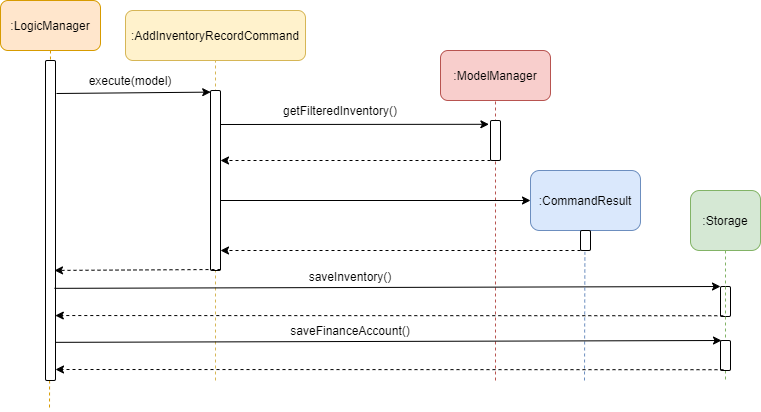
Above: docs/images/DeleteInventoryRecordCommandExecuteSequenceDiagram.png in nus-cs2103-AY2021S1/tp (draw.io), before the change. Source tidied: cells renumbered, new cells last; positions are measured from the earlier drawing's top-left corner, leaving out a move shared by most shapes.
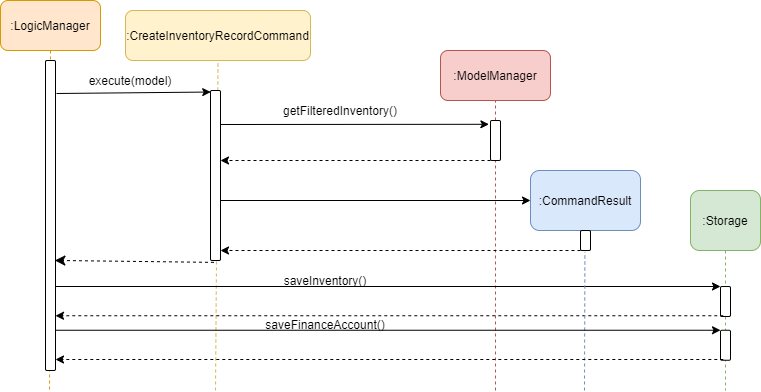
After the change.

The edit, as a diff of the source:
```diff
@@ -1,39 +1,39 @@
-<mxGraphModel background="#ffffff">
+<mxGraphModel>
   <root>
     <mxCell id="0" />
     <mxCell id="1" parent="0" />
-    <mxCell id="2" style="endArrow=none;dashed=1;html=1;entryX=0.5;entryY=1;entryDx=0;entryDy=0;fillColor=#f8cecc;strokeColor=#b85450;" parent="1" edge="1" target="11">
-      <mxGeometry relative="1" as="geometry">
-        <mxPoint x="495" y="380" as="sourcePoint" />
-      </mxGeometry>
-    </mxCell>
-    <mxCell id="3" style="endArrow=none;dashed=1;html=1;entryX=0.5;entryY=1;entryDx=0;entryDy=0;fillColor=#fff2cc;strokeColor=#d6b656;" parent="1" edge="1" target="5">
-      <mxGeometry relative="1" as="geometry">
-        <mxPoint x="215" y="380" as="sourcePoint" />
-      </mxGeometry>
-    </mxCell>
-    <mxCell id="4" style="endArrow=none;dashed=1;html=1;fillColor=#ffe6cc;strokeColor=#d79b00;exitX=0.5;exitY=1;exitDx=0;exitDy=0;" parent="1" edge="1" source="7">
-      <mxGeometry relative="1" as="geometry">
-        <mxPoint x="49" y="410" as="targetPoint" />
-      </mxGeometry>
-    </mxCell>
-    <mxCell id="5" value=":AddInventoryRecordCommand" style="rounded=1;whiteSpace=wrap;html=1;fillColor=#fff2cc;strokeColor=#d6b656;" parent="1" vertex="1">
-      <mxGeometry x="125" y="10" width="180" height="50" as="geometry" />
-    </mxCell>
-    <mxCell id="6" style="html=1;points=[];perimeter=orthogonalPerimeter;rounded=1;" parent="1" vertex="1">
-      <mxGeometry x="210" y="90" width="10" height="180" as="geometry" />
-    </mxCell>
+    <mxCell id="33" style="endArrow=none;dashed=1;html=1;entryX=0.5;entryY=1;entryDx=0;entryDy=0;fillColor=#fff2cc;strokeColor=#d6b656;" parent="1" edge="1" target="37">
+      <mxGeometry relative="1" as="geometry">
+        <mxPoint x="215" y="390" as="sourcePoint" />
+      </mxGeometry>
+    </mxCell>
+    <mxCell id="34" style="html=1;points=[];perimeter=orthogonalPerimeter;rounded=1;" parent="1" vertex="1">
+      <mxGeometry x="210" y="90" width="10" height="170" as="geometry" />
+    </mxCell>
+    <mxCell id="35" style="endArrow=none;dashed=1;html=1;entryX=0.5;entryY=1;entryDx=0;entryDy=0;fillColor=#f8cecc;strokeColor=#b85450;" parent="1" edge="1" target="11">
+      <mxGeometry relative="1" as="geometry">
+        <mxPoint x="495" y="390" as="sourcePoint" />
+      </mxGeometry>
+    </mxCell>
+    <mxCell id="36" style="endArrow=none;dashed=1;html=1;fillColor=#ffe6cc;strokeColor=#d79b00;exitX=0.5;exitY=1;exitDx=0;exitDy=0;" parent="1" edge="1" source="7">
+      <mxGeometry relative="1" as="geometry">
+        <mxPoint x="49" y="390" as="targetPoint" />
+      </mxGeometry>
+    </mxCell>
+    <mxCell id="37" value=":CreateInventoryRecordCommand" style="rounded=1;whiteSpace=wrap;html=1;fillColor=#fff2cc;strokeColor=#d6b656;" parent="1" vertex="1">
+      <mxGeometry x="125" y="10" width="185" height="50" as="geometry" />
+    </mxCell>
     <mxCell id="7" value=":LogicManager" style="rounded=1;whiteSpace=wrap;html=1;fillColor=#ffe6cc;strokeColor=#d79b00;" parent="1" vertex="1">
       <mxGeometry width="100" height="50" as="geometry" />
     </mxCell>
-    <mxCell id="8" style="html=1;points=[];perimeter=orthogonalPerimeter;rounded=1;" parent="1" vertex="1">
-      <mxGeometry x="45" y="60" width="10" height="320" as="geometry" />
-    </mxCell>
-    <mxCell id="9" style="endArrow=classic;html=1;entryX=0.02;entryY=0.009;entryDx=0;entryDy=0;entryPerimeter=0;" parent="1" edge="1" target="6">
-      <mxGeometry relative="1" as="geometry">
-        <mxPoint x="56" y="93" as="sourcePoint" />
-      </mxGeometry>
-    </mxCell>
+    <mxCell id="38" style="html=1;points=[];perimeter=orthogonalPerimeter;rounded=1;" parent="1" vertex="1">
+      <mxGeometry x="45" y="60" width="10" height="310" as="geometry" />
+    </mxCell>
+    <mxCell id="39" style="endArrow=classic;html=1;entryX=0.02;entryY=0.009;entryDx=0;entryDy=0;entryPerimeter=0;" parent="1" edge="1" target="34">
+      <mxGeometry relative="1" as="geometry">
+        <mxPoint x="56" y="93" as="sourcePoint" />
+      </mxGeometry>
+    </mxCell>
     <mxCell id="10" value="execute(model)" style="text;html=1;strokeColor=none;fillColor=none;align=center;verticalAlign=middle;whiteSpace=wrap;rounded=0;" parent="1" vertex="1">
       <mxGeometry x="110" y="70" width="40" height="20" as="geometry" />
     </mxCell>
@@ -43,91 +43,84 @@
     <mxCell id="12" style="html=1;points=[];perimeter=orthogonalPerimeter;rounded=1;" parent="1" vertex="1">
       <mxGeometry x="490" y="120" width="10" height="40" as="geometry" />
     </mxCell>
-    <mxCell id="13" style="endArrow=classic;html=1;entryX=-0.16;entryY=0.095;entryDx=0;entryDy=0;entryPerimeter=0;" parent="1" edge="1" target="12">
-      <mxGeometry relative="1" as="geometry">
-        <mxPoint x="220" y="124" as="sourcePoint" />
-      </mxGeometry>
-    </mxCell>
+    <mxCell id="40" style="endArrow=classic;html=1;entryX=-0.16;entryY=0.095;entryDx=0;entryDy=0;entryPerimeter=0;" parent="1" edge="1" target="12">
+      <mxGeometry relative="1" as="geometry">
+        <mxPoint x="220" y="124" as="sourcePoint" />
+      </mxGeometry>
+    </mxCell>
     <mxCell id="14" value="getFilteredInventory()" style="text;html=1;strokeColor=none;fillColor=none;align=center;verticalAlign=middle;whiteSpace=wrap;rounded=0;" parent="1" vertex="1">
       <mxGeometry x="320" y="100" width="40" height="20" as="geometry" />
     </mxCell>
-    <mxCell id="15" style="endArrow=classic;html=1;dashed=1;" parent="1" edge="1">
-      <mxGeometry relative="1" as="geometry">
-        <mxPoint x="490" y="160" as="sourcePoint" />
-        <mxPoint x="220" y="160" as="targetPoint" />
-      </mxGeometry>
-    </mxCell>
-    <mxCell id="16" style="endArrow=classic;html=1;" parent="1" edge="1">
-      <mxGeometry relative="1" as="geometry">
-        <mxPoint x="220" y="200" as="sourcePoint" />
-        <mxPoint x="530" y="200" as="targetPoint" />
-      </mxGeometry>
-    </mxCell>
+    <mxCell id="41" style="endArrow=classic;html=1;dashed=1;" parent="1" edge="1">
+      <mxGeometry relative="1" as="geometry">
+        <mxPoint x="490" y="160" as="sourcePoint" />
+        <mxPoint x="220" y="160" as="targetPoint" />
+      </mxGeometry>
+    </mxCell>
+    <mxCell id="42" style="endArrow=classic;html=1;" parent="1" edge="1">
+      <mxGeometry relative="1" as="geometry">
+        <mxPoint x="220" y="200" as="sourcePoint" />
+        <mxPoint x="530" y="200" as="targetPoint" />
+      </mxGeometry>
+    </mxCell>
     <mxCell id="17" value=":CommandResult" style="rounded=1;whiteSpace=wrap;html=1;fillColor=#dae8fc;strokeColor=#6c8ebf;" parent="1" vertex="1">
       <mxGeometry x="530" y="170" width="110" height="60" as="geometry" />
     </mxCell>
     <mxCell id="18" style="html=1;points=[];perimeter=orthogonalPerimeter;rounded=1;" parent="1" vertex="1">
       <mxGeometry x="580" y="230" width="10" height="20" as="geometry" />
     </mxCell>
-    <mxCell id="19" style="endArrow=classic;html=1;dashed=1;" parent="1" edge="1">
-      <mxGeometry relative="1" as="geometry">
-        <mxPoint x="580" y="250" as="sourcePoint" />
-        <mxPoint x="220" y="250" as="targetPoint" />
-      </mxGeometry>
-    </mxCell>
-    <mxCell id="20" style="endArrow=classic;html=1;exitX=0.9;exitY=0.712;exitDx=0;exitDy=0;exitPerimeter=0;" parent="1" edge="1" source="8">
-      <mxGeometry relative="1" as="geometry">
-        <mxPoint x="720" y="286" as="targetPoint" />
-      </mxGeometry>
-    </mxCell>
+    <mxCell id="43" style="endArrow=classic;html=1;dashed=1;" parent="1" edge="1">
+      <mxGeometry relative="1" as="geometry">
+        <mxPoint x="580" y="250" as="sourcePoint" />
+        <mxPoint x="220" y="250" as="targetPoint" />
+      </mxGeometry>
+    </mxCell>
+    <mxCell id="44" style="endArrow=classic;html=1;" parent="1" edge="1" source="38">
+      <mxGeometry relative="1" as="geometry">
+        <mxPoint x="720" y="286" as="targetPoint" />
+      </mxGeometry>
+    </mxCell>
     <mxCell id="21" value=":Storage" style="rounded=1;whiteSpace=wrap;html=1;fillColor=#d5e8d4;strokeColor=#82b366;" parent="1" vertex="1">
       <mxGeometry x="690" y="190" width="70" height="60" as="geometry" />
     </mxCell>
-    <mxCell id="22" style="endArrow=none;dashed=1;html=1;exitX=0.5;exitY=1;exitDx=0;exitDy=0;fillColor=#d5e8d4;strokeColor=#82b366;" parent="1" edge="1" source="28">
-      <mxGeometry relative="1" as="geometry">
-        <mxPoint x="725" y="380" as="targetPoint" />
-      </mxGeometry>
-    </mxCell>
+    <mxCell id="45" style="endArrow=none;dashed=1;html=1;exitX=0.5;exitY=1;exitDx=0;exitDy=0;fillColor=#d5e8d4;strokeColor=#82b366;" parent="1" edge="1" source="21">
+      <mxGeometry relative="1" as="geometry">
+        <mxPoint x="725" y="390" as="targetPoint" />
+      </mxGeometry>
+    </mxCell>
     <mxCell id="23" style="html=1;points=[];perimeter=orthogonalPerimeter;rounded=1;" parent="1" vertex="1">
       <mxGeometry x="720" y="286" width="10" height="30" as="geometry" />
     </mxCell>
     <mxCell id="24" value="saveInventory()" style="text;html=1;strokeColor=none;fillColor=none;align=center;verticalAlign=middle;whiteSpace=wrap;rounded=0;" parent="1" vertex="1">
-      <mxGeometry x="330" y="266" width="40" height="20" as="geometry" />
+      <mxGeometry x="305" y="270" width="40" height="20" as="geometry" />
     </mxCell>
-    <mxCell id="25" style="endArrow=classic;html=1;dashed=1;exitX=0.28;exitY=0.975;exitDx=0;exitDy=0;exitPerimeter=0;entryX=0.98;entryY=0.797;entryDx=0;entryDy=0;entryPerimeter=0;" parent="1" edge="1" source="23" target="8">
-      <mxGeometry relative="1" as="geometry" />
-    </mxCell>
-    <mxCell id="26" style="endArrow=classic;html=1;dashed=1;entryX=0.9;entryY=1.002;entryDx=0;entryDy=0;entryPerimeter=0;" parent="1" edge="1">
-      <mxGeometry relative="1" as="geometry">
-        <mxPoint x="220" y="269" as="sourcePoint" />
-        <mxPoint x="54" y="269.9" as="targetPoint" />
-      </mxGeometry>
-    </mxCell>
-    <mxCell id="27" style="endArrow=none;dashed=1;html=1;entryX=0.44;entryY=1.07;entryDx=0;entryDy=0;entryPerimeter=0;fillColor=#dae8fc;strokeColor=#6c8ebf;" parent="1" edge="1" target="18">
-      <mxGeometry relative="1" as="geometry">
-        <mxPoint x="584" y="380" as="sourcePoint" />
-      </mxGeometry>
-    </mxCell>
-    <mxCell id="28" style="html=1;points=[];perimeter=orthogonalPerimeter;rounded=1;" parent="1" vertex="1">
-      <mxGeometry x="720" y="340" width="10" height="30" as="geometry" />
-    </mxCell>
-    <mxCell id="29" style="endArrow=none;dashed=1;html=1;exitX=0.5;exitY=1;exitDx=0;exitDy=0;fillColor=#d5e8d4;strokeColor=#82b366;" parent="1" edge="1" source="21" target="28">
-      <mxGeometry relative="1" as="geometry" />
-    </mxCell>
-    <mxCell id="30" style="endArrow=classic;html=1;exitX=0.9;exitY=0.712;exitDx=0;exitDy=0;exitPerimeter=0;" parent="1" edge="1">
-      <mxGeometry relative="1" as="geometry">
-        <mxPoint x="55" y="341.8" as="sourcePoint" />
-        <mxPoint x="721" y="340" as="targetPoint" />
-      </mxGeometry>
-    </mxCell>
-    <mxCell id="31" style="endArrow=classic;html=1;dashed=1;exitX=0.28;exitY=0.975;exitDx=0;exitDy=0;exitPerimeter=0;entryX=0.98;entryY=0.797;entryDx=0;entryDy=0;entryPerimeter=0;" parent="1" edge="1">
-      <mxGeometry relative="1" as="geometry">
-        <mxPoint x="723" y="369.2" as="sourcePoint" />
-        <mxPoint x="55" y="369" as="targetPoint" />
-      </mxGeometry>
-    </mxCell>
+    <mxCell id="46" style="endArrow=classic;html=1;dashed=1;exitX=0.28;exitY=0.975;exitDx=0;exitDy=0;exitPerimeter=0;" parent="1" edge="1" source="23" target="38">
+      <mxGeometry relative="1" as="geometry" />
+    </mxCell>
+    <mxCell id="47" style="endArrow=none;dashed=1;html=1;entryX=0.44;entryY=1.07;entryDx=0;entryDy=0;entryPerimeter=0;fillColor=#dae8fc;strokeColor=#6c8ebf;" parent="1" edge="1" target="18">
+      <mxGeometry relative="1" as="geometry">
+        <mxPoint x="584" y="390" as="sourcePoint" />
+      </mxGeometry>
+    </mxCell>
+    <mxCell id="48" style="endArrow=classic;html=1;" parent="1" edge="1">
+      <mxGeometry relative="1" as="geometry">
+        <mxPoint x="55" y="329.8" as="sourcePoint" />
+        <mxPoint x="720" y="329.8" as="targetPoint" />
+      </mxGeometry>
+    </mxCell>
+    <mxCell id="49" style="html=1;points=[];perimeter=orthogonalPerimeter;rounded=1;" parent="1" vertex="1">
+      <mxGeometry x="720" y="329.8" width="10" height="30" as="geometry" />
+    </mxCell>
     <mxCell id="32" value="saveFinanceAccount()" style="text;html=1;strokeColor=none;fillColor=none;align=center;verticalAlign=middle;whiteSpace=wrap;rounded=0;" parent="1" vertex="1">
-      <mxGeometry x="330" y="320" width="40" height="20" as="geometry" />
+      <mxGeometry x="305" y="313.8" width="40" height="20" as="geometry" />
     </mxCell>
+    <mxCell id="50" style="endArrow=classic;html=1;dashed=1;exitX=0.28;exitY=0.975;exitDx=0;exitDy=0;exitPerimeter=0;" parent="1" edge="1" source="49">
+      <mxGeometry relative="1" as="geometry">
+        <mxPoint x="55" y="359" as="targetPoint" />
+      </mxGeometry>
+    </mxCell>
+    <mxCell id="51" style="html=1;verticalAlign=bottom;endArrow=classic;dashed=1;endSize=8;entryX=0.937;entryY=0.645;entryDx=0;entryDy=0;entryPerimeter=0;exitX=0.346;exitY=1.011;exitDx=0;exitDy=0;exitPerimeter=0;endFill=1;" parent="1" edge="1" source="34" target="38">
+      <mxGeometry relative="1" as="geometry" />
+    </mxCell>
   </root>
 </mxGraphModel>
```
